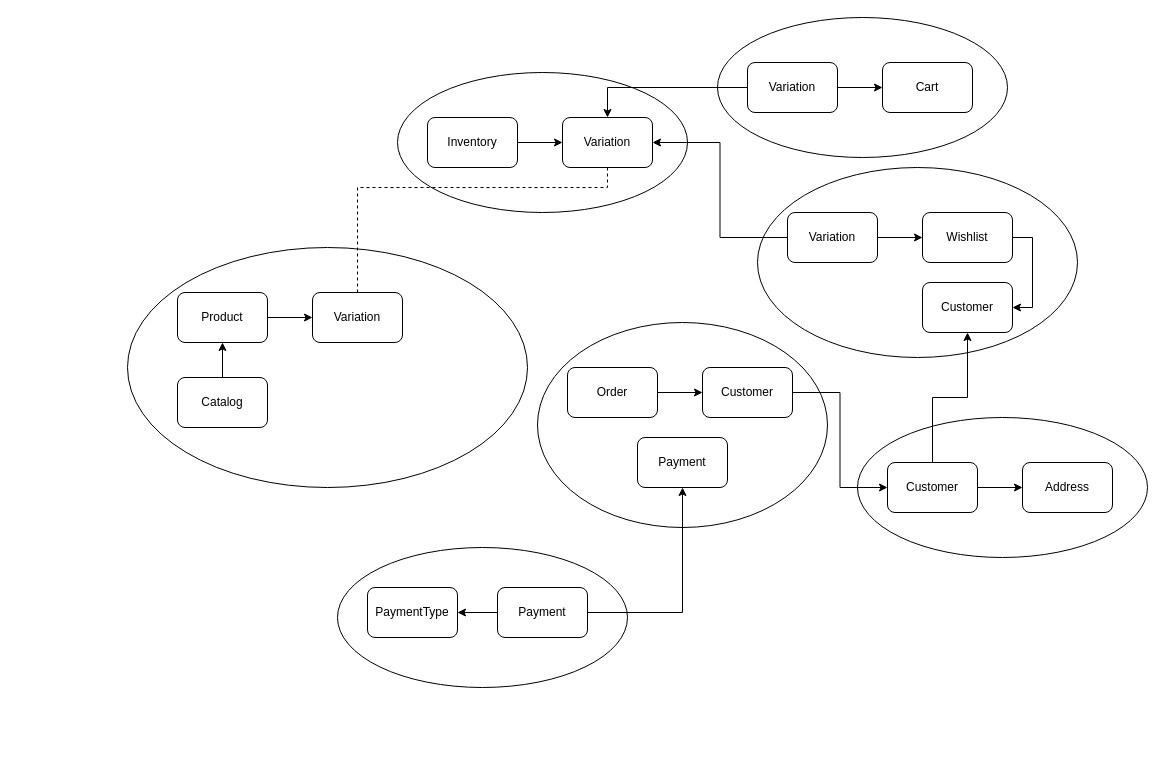
This is page "BoundedContexts" (3 of 3) of ServiceIdentification/Diagrams/DIagrams.drawio from jpscardoso97/pharmacity-ecommerce, a draw.io file, before an edit. Source tidied: cells renumbered, new cells numbered last; positions are measured from the earlier drawing's top-left corner, leaving out a move shared by most shapes. Both pictures are drawn from the tidied source at 100%, with x=0, y=0 at pixel (127, 17).
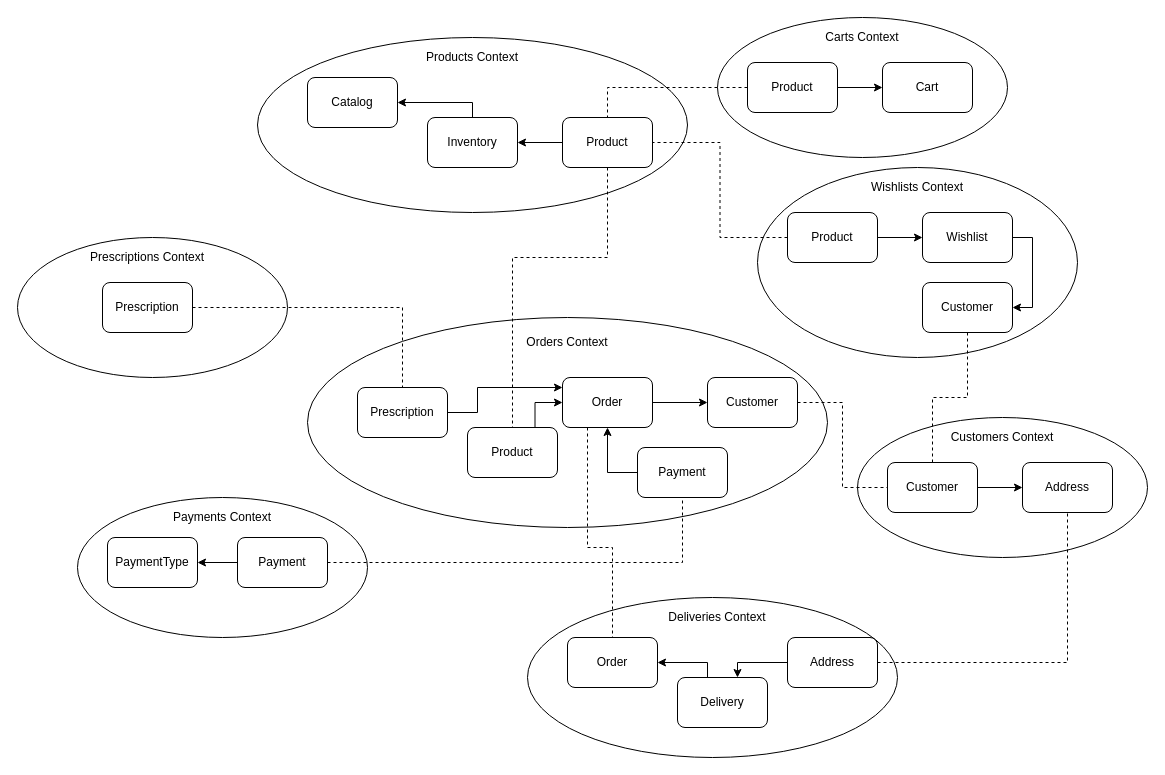
The same diagram, later.

The change refers to these unchanged cells:
```xml
<mxCell id="5" value="Inventory" style="rounded=1;whiteSpace=wrap;html=1;" parent="1" vertex="1">
  <mxGeometry x="300" y="100" width="90" height="50" as="geometry" />
</mxCell>
<mxCell id="25" value="Address" style="rounded=1;whiteSpace=wrap;html=1;" parent="1" vertex="1">
  <mxGeometry x="895" y="445" width="90" height="50" as="geometry" />
</mxCell>
<mxCell id="28" value="Customer" style="rounded=1;whiteSpace=wrap;html=1;" parent="1" vertex="1">
  <mxGeometry x="760" y="445" width="90" height="50" as="geometry" />
</mxCell>
<mxCell id="29" value="Customer" style="rounded=1;whiteSpace=wrap;html=1;" parent="1" vertex="1">
  <mxGeometry x="795" y="265" width="90" height="50" as="geometry" />
</mxCell>
```

Diff of the diagram source:
```diff
@@
     <mxCell id="2" style="ellipse;whiteSpace=wrap;html=1;" parent="1" vertex="1">
-      <mxGeometry x="270" y="55" width="290" height="140" as="geometry" />
+      <mxGeometry x="130" y="20" width="430" height="175" as="geometry" />
     </mxCell>
-    <mxCell id="3" value="Variation" style="rounded=1;whiteSpace=wrap;html=1;" parent="1" vertex="1">
+    <mxCell id="3" value="Product" style="rounded=1;whiteSpace=wrap;html=1;" parent="1" vertex="1">
       <mxGeometry x="435" y="100" width="90" height="50" as="geometry" />
     </mxCell>
-    <mxCell id="4" style="edgeStyle=orthogonalEdgeStyle;rounded=0;jettySize=auto;html=1;entryX=0;entryY=0.5;entryDx=0;entryDy=0;" parent="1" edge="1" source="5" target="3">
+    <mxCell id="4" style="edgeStyle=orthogonalEdgeStyle;rounded=0;jettySize=auto;html=1;startArrow=classic;startFill=1;endArrow=none;endFill=0;" parent="1" edge="1" source="5" target="3">
       <mxGeometry relative="1" as="geometry" />
     </mxCell>
@@
-    <mxCell id="6" style="ellipse;whiteSpace=wrap;html=1;" parent="1" vertex="1">
-      <mxGeometry y="230" width="400" height="240" as="geometry" />
-    </mxCell>
-    <mxCell id="7" value="Variation" style="rounded=1;whiteSpace=wrap;html=1;" parent="1" vertex="1">
-      <mxGeometry x="185" y="275" width="90" height="50" as="geometry" />
-    </mxCell>
-    <mxCell id="8" style="edgeStyle=orthogonalEdgeStyle;rounded=0;jettySize=auto;html=1;entryX=0;entryY=0.5;entryDx=0;entryDy=0;" parent="1" edge="1" source="9" target="7">
-      <mxGeometry relative="1" as="geometry" />
-    </mxCell>
+    <mxCell id="41" style="edgeStyle=orthogonalEdgeStyle;rounded=0;jettySize=auto;html=1;entryX=0.5;entryY=0;entryDx=0;entryDy=0;startArrow=classic;startFill=1;endArrow=none;endFill=0;" parent="1" edge="1" source="9" target="5">
+      <mxGeometry relative="1" as="geometry">
+        <Array as="points">
+          <mxPoint x="345" y="85" />
+        </Array>
+      </mxGeometry>
+    </mxCell>
-    <mxCell id="9" value="Product" style="rounded=1;whiteSpace=wrap;html=1;" parent="1" vertex="1">
-      <mxGeometry x="50" y="275" width="90" height="50" as="geometry" />
+    <mxCell id="9" value="Catalog" style="rounded=1;whiteSpace=wrap;html=1;" parent="1" vertex="1">
+      <mxGeometry x="180" y="60" width="90" height="50" as="geometry" />
     </mxCell>
-    <mxCell id="10" style="edgeStyle=orthogonalEdgeStyle;rounded=0;jettySize=auto;html=1;dashed=1;endArrow=none;endFill=0;" parent="1" edge="1" source="3" target="7">
-      <mxGeometry relative="1" as="geometry">
-        <Array as="points">
-          <mxPoint x="480" y="170" />
-          <mxPoint x="230" y="170" />
-        </Array>
-      </mxGeometry>
-    </mxCell>
-    <mxCell id="11" style="edgeStyle=orthogonalEdgeStyle;rounded=0;jettySize=auto;html=1;entryX=0.5;entryY=1;entryDx=0;entryDy=0;endArrow=classic;endFill=1;" parent="1" edge="1" source="12" target="9">
-      <mxGeometry relative="1" as="geometry" />
-    </mxCell>
-    <mxCell id="12" value="Catalog" style="rounded=1;whiteSpace=wrap;html=1;" parent="1" vertex="1">
-      <mxGeometry x="50" y="360" width="90" height="50" as="geometry" />
-    </mxCell>
@@
-    <mxCell id="16" style="edgeStyle=orthogonalEdgeStyle;rounded=0;jettySize=auto;html=1;endArrow=classic;endFill=1;" parent="1" edge="1" source="17" target="3">
+    <mxCell id="16" style="edgeStyle=orthogonalEdgeStyle;rounded=0;jettySize=auto;html=1;endArrow=none;endFill=0;dashed=1;" parent="1" edge="1" source="17" target="3">
       <mxGeometry relative="1" as="geometry" />
     </mxCell>
-    <mxCell id="17" value="Variation" style="rounded=1;whiteSpace=wrap;html=1;" parent="1" vertex="1">
+    <mxCell id="17" value="Product" style="rounded=1;whiteSpace=wrap;html=1;" parent="1" vertex="1">
       <mxGeometry x="620" y="45" width="90" height="50" as="geometry" />
     </mxCell>
@@
-    <mxCell id="22" style="edgeStyle=orthogonalEdgeStyle;rounded=0;jettySize=auto;html=1;entryX=1;entryY=0.5;entryDx=0;entryDy=0;endArrow=classic;endFill=1;" parent="1" edge="1" source="23" target="3">
+    <mxCell id="22" style="edgeStyle=orthogonalEdgeStyle;rounded=0;jettySize=auto;html=1;entryX=1;entryY=0.5;entryDx=0;entryDy=0;endArrow=none;endFill=0;dashed=1;" parent="1" edge="1" source="23" target="3">
       <mxGeometry relative="1" as="geometry" />
     </mxCell>
-    <mxCell id="23" value="Variation" style="rounded=1;whiteSpace=wrap;html=1;" parent="1" vertex="1">
+    <mxCell id="23" value="Product" style="rounded=1;whiteSpace=wrap;html=1;" parent="1" vertex="1">
       <mxGeometry x="660" y="195" width="90" height="50" as="geometry" />
     </mxCell>
@@
-    <mxCell id="27" style="edgeStyle=orthogonalEdgeStyle;rounded=0;jettySize=auto;html=1;endArrow=classic;endFill=1;" parent="1" edge="1" source="28" target="29">
+    <mxCell id="27" style="edgeStyle=orthogonalEdgeStyle;rounded=0;jettySize=auto;html=1;endArrow=none;endFill=0;dashed=1;" parent="1" edge="1" source="28" target="29">
       <mxGeometry relative="1" as="geometry" />
     </mxCell>
@@
     <mxCell id="30" style="ellipse;whiteSpace=wrap;html=1;" parent="1" vertex="1">
-      <mxGeometry x="410" y="305" width="290" height="205" as="geometry" />
+      <mxGeometry x="180" y="300" width="520" height="210" as="geometry" />
     </mxCell>
-    <mxCell id="31" style="edgeStyle=orthogonalEdgeStyle;rounded=0;jettySize=auto;html=1;entryX=0;entryY=0.5;entryDx=0;entryDy=0;endArrow=classic;endFill=1;" parent="1" edge="1" source="32" target="28">
+    <mxCell id="31" style="edgeStyle=orthogonalEdgeStyle;rounded=0;jettySize=auto;html=1;entryX=0;entryY=0.5;entryDx=0;entryDy=0;endArrow=none;endFill=0;dashed=1;" parent="1" edge="1" source="32" target="28">
       <mxGeometry relative="1" as="geometry" />
     </mxCell>
     <mxCell id="32" value="Customer" style="rounded=1;whiteSpace=wrap;html=1;" parent="1" vertex="1">
-      <mxGeometry x="575" y="350" width="90" height="50" as="geometry" />
+      <mxGeometry x="580" y="360" width="90" height="50" as="geometry" />
     </mxCell>
@@
+    <mxCell id="42" style="edgeStyle=orthogonalEdgeStyle;rounded=0;jettySize=auto;html=1;entryX=0.75;entryY=0;entryDx=0;entryDy=0;startArrow=classic;startFill=1;endArrow=none;endFill=0;" parent="1" edge="1" source="34" target="45">
+      <mxGeometry relative="1" as="geometry">
+        <Array as="points">
+          <mxPoint x="408" y="385" />
+          <mxPoint x="408" y="410" />
+        </Array>
+      </mxGeometry>
+    </mxCell>
+    <mxCell id="43" style="edgeStyle=orthogonalEdgeStyle;rounded=0;jettySize=auto;html=1;entryX=0;entryY=0.5;entryDx=0;entryDy=0;startArrow=classic;startFill=1;endArrow=none;endFill=0;" parent="1" edge="1" source="34" target="35">
+      <mxGeometry relative="1" as="geometry" />
+    </mxCell>
+    <mxCell id="44" style="edgeStyle=orthogonalEdgeStyle;rounded=0;jettySize=auto;html=1;entryX=1;entryY=0.5;entryDx=0;entryDy=0;startArrow=classic;startFill=1;endArrow=none;endFill=0;" parent="1" edge="1" source="34" target="56">
+      <mxGeometry relative="1" as="geometry">
+        <Array as="points">
+          <mxPoint x="350" y="370" />
+          <mxPoint x="350" y="395" />
+        </Array>
+      </mxGeometry>
+    </mxCell>
     <mxCell id="34" value="Order" style="rounded=1;whiteSpace=wrap;html=1;" parent="1" vertex="1">
-      <mxGeometry x="440" y="350" width="90" height="50" as="geometry" />
+      <mxGeometry x="435" y="360" width="90" height="50" as="geometry" />
     </mxCell>
     <mxCell id="35" value="Payment" style="rounded=1;whiteSpace=wrap;html=1;" parent="1" vertex="1">
-      <mxGeometry x="510" y="420" width="90" height="50" as="geometry" />
+      <mxGeometry x="510" y="430" width="90" height="50" as="geometry" />
     </mxCell>
     <mxCell id="36" style="ellipse;whiteSpace=wrap;html=1;" parent="1" vertex="1">
-      <mxGeometry x="210" y="530" width="290" height="140" as="geometry" />
+      <mxGeometry x="-50" y="480" width="290" height="140" as="geometry" />
     </mxCell>
@@
-    <mxCell id="38" style="edgeStyle=orthogonalEdgeStyle;rounded=0;jettySize=auto;html=1;entryX=0.5;entryY=1;entryDx=0;entryDy=0;endArrow=classic;endFill=1;" parent="1" edge="1" source="39" target="35">
+    <mxCell id="38" style="edgeStyle=orthogonalEdgeStyle;rounded=0;jettySize=auto;html=1;entryX=0.5;entryY=1;entryDx=0;entryDy=0;endArrow=none;endFill=0;dashed=1;" parent="1" edge="1" source="39" target="35">
       <mxGeometry relative="1" as="geometry" />
     </mxCell>
     <mxCell id="39" value="Payment" style="rounded=1;whiteSpace=wrap;html=1;" parent="1" vertex="1">
-      <mxGeometry x="370" y="570" width="90" height="50" as="geometry" />
+      <mxGeometry x="110" y="520" width="90" height="50" as="geometry" />
     </mxCell>
     <mxCell id="40" value="PaymentType" style="rounded=1;whiteSpace=wrap;html=1;" parent="1" vertex="1">
-      <mxGeometry x="240" y="570" width="90" height="50" as="geometry" />
+      <mxGeometry x="-20" y="520" width="90" height="50" as="geometry" />
     </mxCell>
+    <mxCell id="45" value="Product" style="rounded=1;whiteSpace=wrap;html=1;" parent="1" vertex="1">
+      <mxGeometry x="340" y="410" width="90" height="50" as="geometry" />
+    </mxCell>
+    <mxCell id="10" style="edgeStyle=orthogonalEdgeStyle;rounded=0;jettySize=auto;html=1;dashed=1;endArrow=none;endFill=0;entryX=0.5;entryY=0;entryDx=0;entryDy=0;" parent="1" edge="1" source="3" target="45">
+      <mxGeometry relative="1" as="geometry">
+        <Array as="points">
+          <mxPoint x="480" y="240" />
+          <mxPoint x="385" y="240" />
+        </Array>
+      </mxGeometry>
+    </mxCell>
+    <mxCell id="46" value="Products Context" style="text;html=1;strokeColor=none;fillColor=none;align=center;verticalAlign=middle;whiteSpace=wrap;rounded=0;" parent="1" vertex="1">
+      <mxGeometry x="290" y="30" width="110" height="20" as="geometry" />
+    </mxCell>
+    <mxCell id="47" value="Orders Context" style="text;html=1;strokeColor=none;fillColor=none;align=center;verticalAlign=middle;whiteSpace=wrap;rounded=0;" parent="1" vertex="1">
+      <mxGeometry x="385" y="315" width="110" height="20" as="geometry" />
+    </mxCell>
+    <mxCell id="48" value="Wishlists Context" style="text;html=1;strokeColor=none;fillColor=none;align=center;verticalAlign=middle;whiteSpace=wrap;rounded=0;" parent="1" vertex="1">
+      <mxGeometry x="735" y="160" width="110" height="20" as="geometry" />
+    </mxCell>
+    <mxCell id="49" value="Carts Context" style="text;html=1;strokeColor=none;fillColor=none;align=center;verticalAlign=middle;whiteSpace=wrap;rounded=0;" parent="1" vertex="1">
+      <mxGeometry x="680" y="10" width="110" height="20" as="geometry" />
+    </mxCell>
+    <mxCell id="50" value="Customers Context" style="text;html=1;strokeColor=none;fillColor=none;align=center;verticalAlign=middle;whiteSpace=wrap;rounded=0;" parent="1" vertex="1">
+      <mxGeometry x="820" y="410" width="110" height="20" as="geometry" />
+    </mxCell>
+    <mxCell id="51" value="Payments Context" style="text;html=1;strokeColor=none;fillColor=none;align=center;verticalAlign=middle;whiteSpace=wrap;rounded=0;" parent="1" vertex="1">
+      <mxGeometry x="40" y="490" width="110" height="20" as="geometry" />
+    </mxCell>
+    <mxCell id="52" style="ellipse;whiteSpace=wrap;html=1;" parent="1" vertex="1">
+      <mxGeometry x="-110" y="220" width="270" height="140" as="geometry" />
+    </mxCell>
+    <mxCell id="53" value="Prescriptions Context" style="text;html=1;strokeColor=none;fillColor=none;align=center;verticalAlign=middle;whiteSpace=wrap;rounded=0;" parent="1" vertex="1">
+      <mxGeometry x="-40" y="230" width="120" height="20" as="geometry" />
+    </mxCell>
+    <mxCell id="54" style="edgeStyle=orthogonalEdgeStyle;rounded=0;jettySize=auto;html=1;startArrow=none;startFill=0;endArrow=none;endFill=0;dashed=1;" parent="1" edge="1" source="55" target="56">
+      <mxGeometry relative="1" as="geometry" />
+    </mxCell>
+    <mxCell id="55" value="Prescription" style="rounded=1;whiteSpace=wrap;html=1;" parent="1" vertex="1">
+      <mxGeometry x="-25" y="265" width="90" height="50" as="geometry" />
+    </mxCell>
+    <mxCell id="56" value="Prescription" style="rounded=1;whiteSpace=wrap;html=1;" parent="1" vertex="1">
+      <mxGeometry x="230" y="370" width="90" height="50" as="geometry" />
+    </mxCell>
+    <mxCell id="57" style="ellipse;whiteSpace=wrap;html=1;" parent="1" vertex="1">
+      <mxGeometry x="400" y="580" width="370" height="160" as="geometry" />
+    </mxCell>
+    <mxCell id="58" value="Deliveries Context" style="text;html=1;strokeColor=none;fillColor=none;align=center;verticalAlign=middle;whiteSpace=wrap;rounded=0;" parent="1" vertex="1">
+      <mxGeometry x="530" y="590" width="120" height="20" as="geometry" />
+    </mxCell>
+    <mxCell id="59" style="edgeStyle=orthogonalEdgeStyle;rounded=0;jettySize=auto;html=1;entryX=1;entryY=0.5;entryDx=0;entryDy=0;startArrow=none;startFill=0;endArrow=classic;endFill=1;" parent="1" edge="1" source="61" target="64">
+      <mxGeometry relative="1" as="geometry">
+        <Array as="points">
+          <mxPoint x="580" y="645" />
+        </Array>
+      </mxGeometry>
+    </mxCell>
+    <mxCell id="60" style="edgeStyle=orthogonalEdgeStyle;rounded=0;jettySize=auto;html=1;entryX=0;entryY=0.5;entryDx=0;entryDy=0;startArrow=classic;startFill=1;endArrow=none;endFill=0;" parent="1" edge="1" source="61" target="63">
+      <mxGeometry relative="1" as="geometry">
+        <Array as="points">
+          <mxPoint x="610" y="645" />
+        </Array>
+      </mxGeometry>
+    </mxCell>
+    <mxCell id="61" value="Delivery" style="rounded=1;whiteSpace=wrap;html=1;" parent="1" vertex="1">
+      <mxGeometry x="550" y="660" width="90" height="50" as="geometry" />
+    </mxCell>
+    <mxCell id="62" style="edgeStyle=orthogonalEdgeStyle;rounded=0;jettySize=auto;html=1;entryX=0.5;entryY=1;entryDx=0;entryDy=0;dashed=1;startArrow=none;startFill=0;endArrow=none;endFill=0;" parent="1" edge="1" source="63" target="25">
+      <mxGeometry relative="1" as="geometry" />
+    </mxCell>
+    <mxCell id="63" value="Address" style="rounded=1;whiteSpace=wrap;html=1;" parent="1" vertex="1">
+      <mxGeometry x="660" y="620" width="90" height="50" as="geometry" />
+    </mxCell>
+    <mxCell id="64" value="Order" style="rounded=1;whiteSpace=wrap;html=1;" parent="1" vertex="1">
+      <mxGeometry x="440" y="620" width="90" height="50" as="geometry" />
+    </mxCell>
+    <mxCell id="65" style="edgeStyle=orthogonalEdgeStyle;rounded=0;jettySize=auto;html=1;dashed=1;startArrow=none;startFill=0;endArrow=none;endFill=0;" parent="1" edge="1" source="34" target="64">
+      <mxGeometry relative="1" as="geometry">
+        <Array as="points">
+          <mxPoint x="460" y="530" />
+          <mxPoint x="485" y="530" />
+        </Array>
+      </mxGeometry>
+    </mxCell>
```
